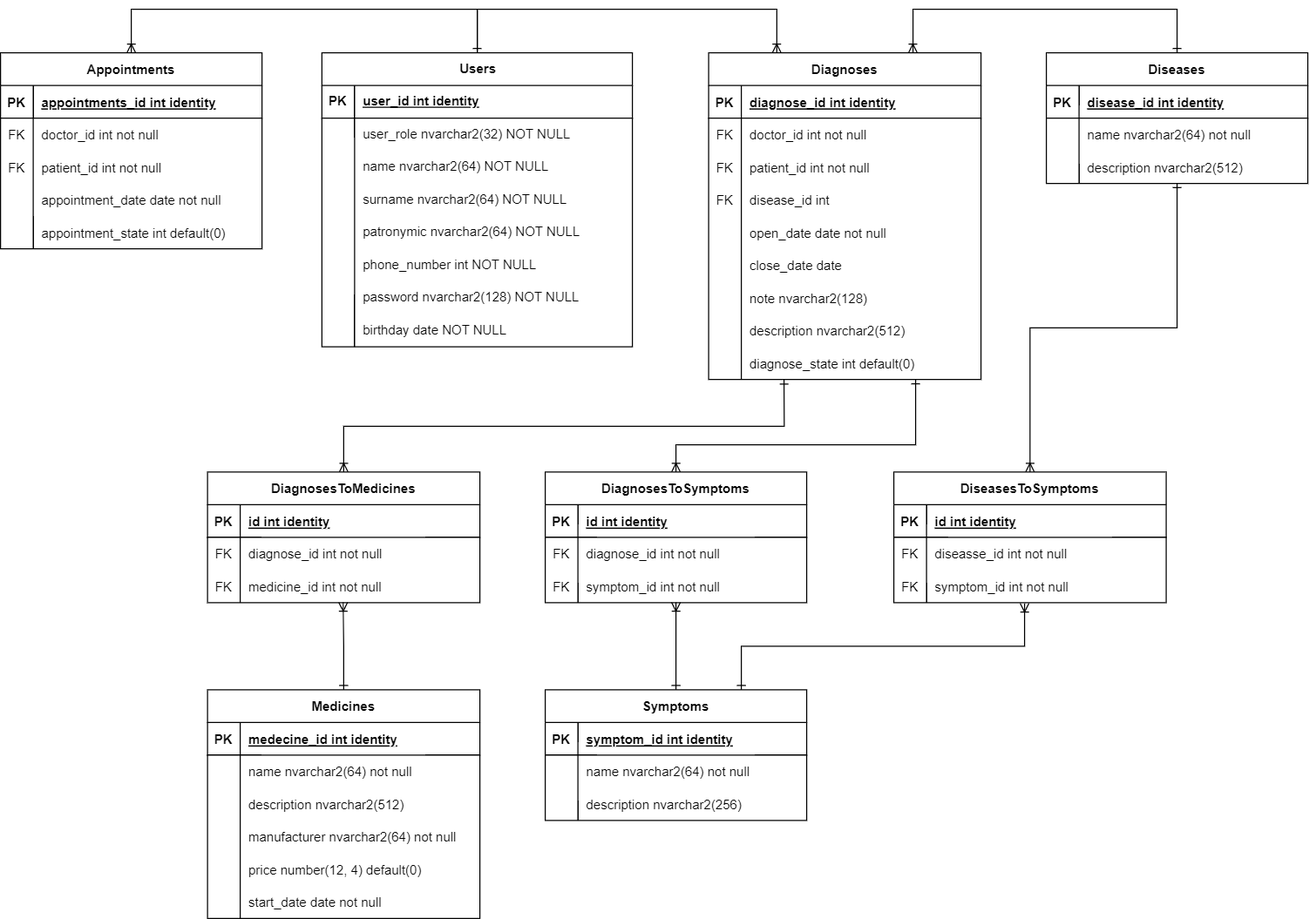
Above: Диаграмма сущностей.png in DioMain/BD_Cursach (draw.io), before the change. Source tidied: cells renumbered, new cells last; positions are measured from the earlier drawing's top-left corner, leaving out a move shared by most shapes.
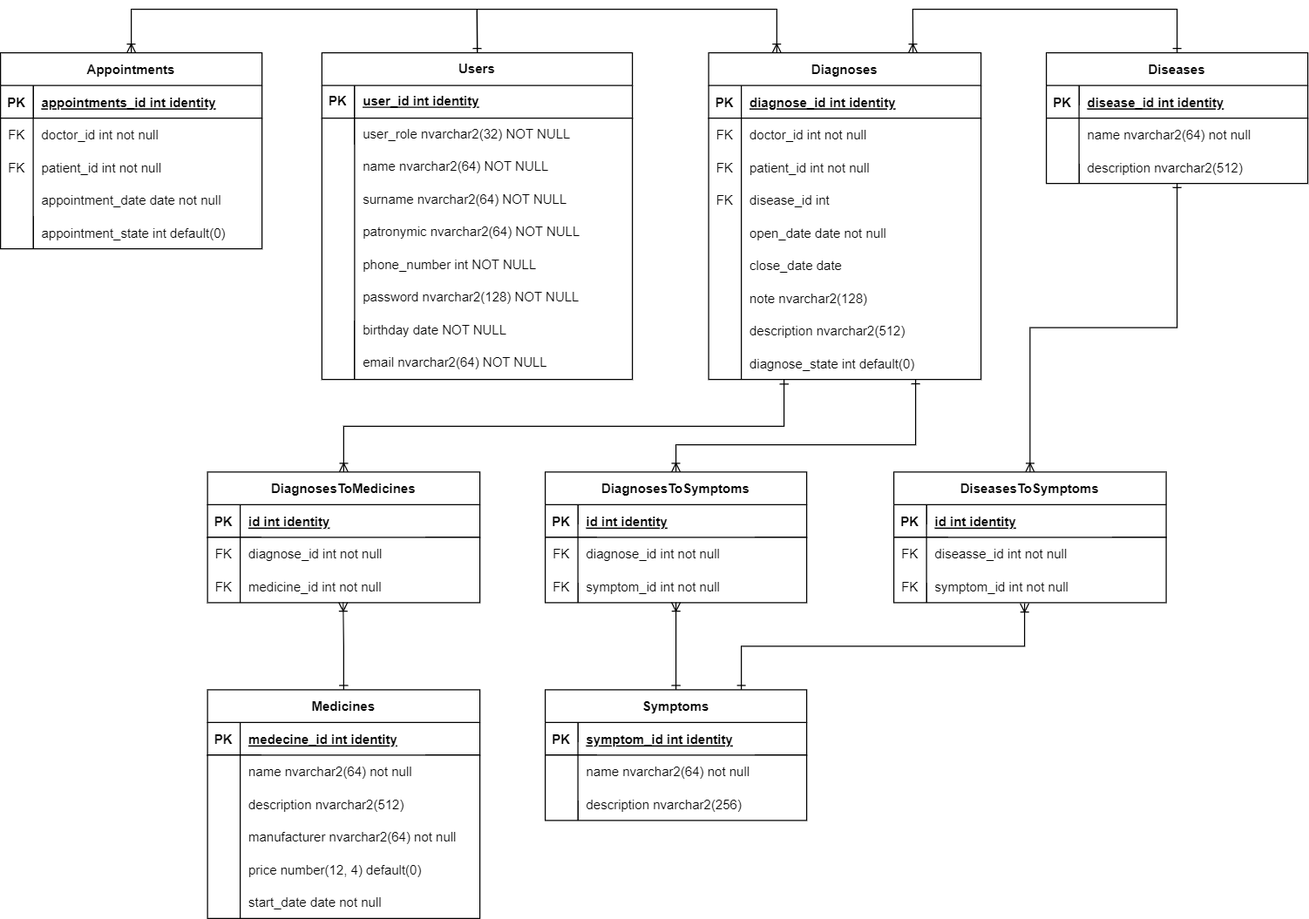
The same diagram one commit later.

Change to the diagram source:
```diff
@@ -103,7 +103,7 @@
       </mxGeometry>
     </mxCell>
     <mxCell id="32" value="Users" style="shape=table;startSize=30;rowLines=0;fontStyle=1;align=center;html=1;" parent="1" vertex="1">
-      <mxGeometry x="295" y="40" width="285" height="270" as="geometry" />
+      <mxGeometry x="295" y="40" width="285" height="300" as="geometry" />
     </mxCell>
     <mxCell id="33" style="shape=tableRow;horizontal=0;startSize=0;swimlaneHead=0;swimlaneBody=0;fillColor=none;top=0;left=0;right=0;bottom=1;" parent="32" vertex="1">
       <mxGeometry y="30" width="285" height="30" as="geometry" />
@@ -168,13 +168,22 @@
     <mxCell id="53" value="password nvarchar2(128) NOT NULL" style="shape=partialRectangle;fillColor=none;top=0;left=0;bottom=0;right=0;align=left;spacingLeft=6;overflow=hidden;whiteSpace=wrap;html=1;" parent="51" vertex="1">
       <mxGeometry x="30" width="255" height="30" as="geometry" />
     </mxCell>
+    <mxCell id="149" style="shape=tableRow;horizontal=0;startSize=0;swimlaneHead=0;swimlaneBody=0;fillColor=none;top=0;left=0;right=0;bottom=0;" parent="32" vertex="1">
+      <mxGeometry y="240" width="285" height="30" as="geometry" />
+    </mxCell>
+    <mxCell id="150" style="shape=partialRectangle;fillColor=none;top=0;left=0;bottom=0;right=0;overflow=hidden;whiteSpace=wrap;html=1;" parent="149" vertex="1">
+      <mxGeometry width="30" height="30" as="geometry" />
+    </mxCell>
+    <mxCell id="151" value="birthday date NOT NULL" style="shape=partialRectangle;fillColor=none;top=0;left=0;bottom=0;right=0;align=left;spacingLeft=6;overflow=hidden;whiteSpace=wrap;html=1;" parent="149" vertex="1">
+      <mxGeometry x="30" width="255" height="30" as="geometry" />
+    </mxCell>
     <mxCell id="54" style="shape=tableRow;horizontal=0;startSize=0;swimlaneHead=0;swimlaneBody=0;fillColor=none;top=0;left=0;right=0;bottom=0;" parent="32" vertex="1">
-      <mxGeometry y="240" width="285" height="30" as="geometry" />
+      <mxGeometry y="270" width="285" height="30" as="geometry" />
     </mxCell>
     <mxCell id="55" style="shape=partialRectangle;fillColor=none;top=0;left=0;bottom=0;right=0;overflow=hidden;whiteSpace=wrap;html=1;" parent="54" vertex="1">
       <mxGeometry width="30" height="30" as="geometry" />
     </mxCell>
-    <mxCell id="56" value="birthday date NOT NULL" style="shape=partialRectangle;fillColor=none;top=0;left=0;bottom=0;right=0;align=left;spacingLeft=6;overflow=hidden;whiteSpace=wrap;html=1;" parent="54" vertex="1">
+    <mxCell id="56" value="email nvarchar2(64) NOT NULL" style="shape=partialRectangle;fillColor=none;top=0;left=0;bottom=0;right=0;align=left;spacingLeft=6;overflow=hidden;whiteSpace=wrap;html=1;" parent="54" vertex="1">
       <mxGeometry x="30" width="255" height="30" as="geometry" />
     </mxCell>
     <mxCell id="57" style="edgeStyle=orthogonalEdgeStyle;rounded=0;jettySize=auto;html=1;exitX=0.5;exitY=0;exitDx=0;exitDy=0;entryX=0.5;entryY=0.993;entryDx=0;entryDy=0;entryPerimeter=0;endArrow=ERoneToMany;endFill=0;startArrow=ERone;startFill=0;" parent="1" edge="1" source="59" target="93">
```
